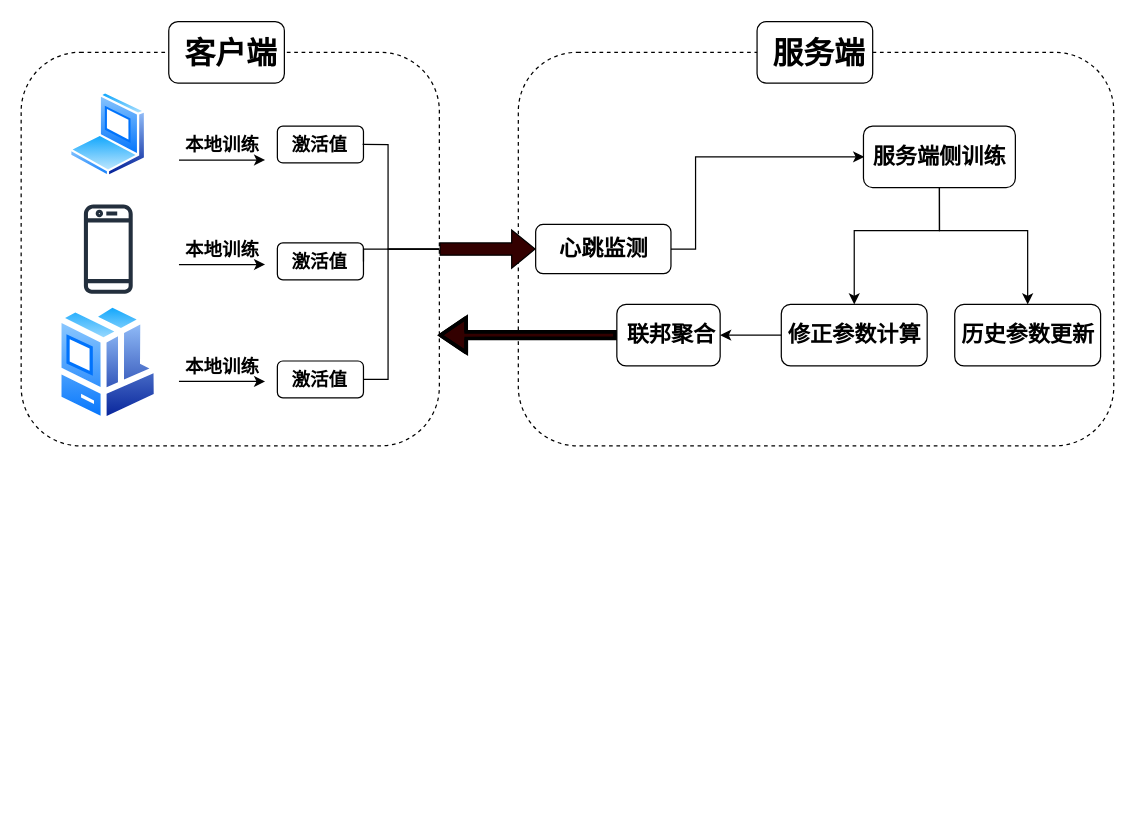
Above: 技术路线图.drawio in XiaoWenZz/draw-io (draw.io), before the change. Source tidied: cells renumbered, new cells numbered last; positions are measured from the earlier drawing's top-left corner, leaving out a move shared by most shapes. Both pictures are drawn from the tidied source at 123%, with x=0, y=0 at pixel (21, 21).
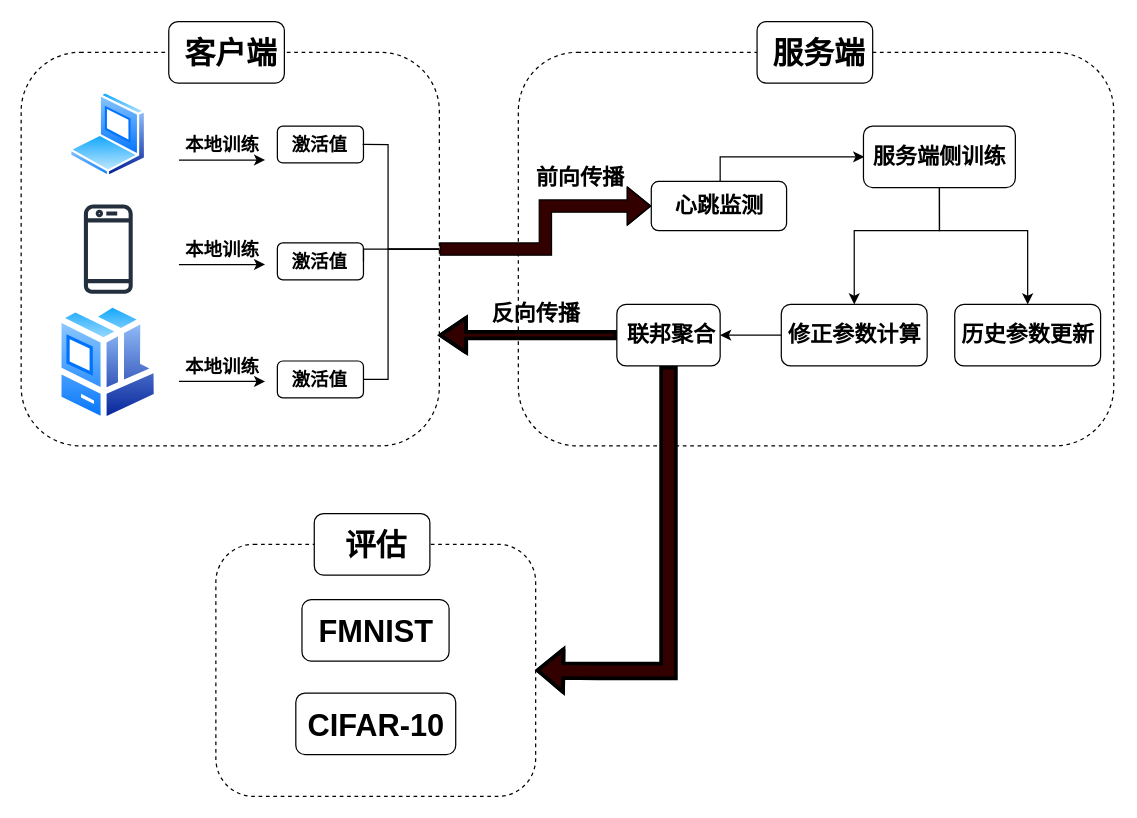
Above is the later version.

Commit message (it also covers changes not shown here):
更新技术路线图.drawio

The change refers to these unchanged cells:
```xml
<mxCell id="7" style="rounded=1;whiteSpace=wrap;html=1;" parent="6" vertex="1">
  <mxGeometry x="6" width="84" height="50" as="geometry" />
</mxCell>
<mxCell id="13" style="rounded=1;whiteSpace=wrap;html=1;" parent="12" vertex="1">
  <mxGeometry width="110" height="40" as="geometry" />
</mxCell>
<mxCell id="38" value="&lt;span style=&quot;font-size: 18px;&quot;&gt;&lt;b&gt;服务端侧训练&lt;/b&gt;&lt;/span&gt;" style="text;html=1;align=center;verticalAlign=middle;points=[];strokeColor=none;fillColor=none;fontFamily=Helvetica;fontSize=11;fontColor=default;labelBackgroundColor=default;" parent="36" vertex="1">
  <mxGeometry x="3.2" y="5" width="130" height="40" as="geometry" />
</mxCell>
```

Diff of the diagram source:
```diff
@@
     <mxCell id="12" style="group;" parent="1" vertex="1">
-      <mxGeometry x="418" y="165" width="110" height="40" as="geometry" />
+      <mxGeometry x="512" y="130" width="110" height="40" as="geometry" />
     </mxCell>
@@
-    <mxCell id="48" style="edgeStyle=orthogonalEdgeStyle;rounded=0;jettySize=auto;html=1;exitX=1;exitY=0.5;exitDx=0;exitDy=0;entryX=0.03;entryY=0.5;entryDx=0;entryDy=0;entryPerimeter=0;" parent="1" edge="1" source="13" target="38">
+    <mxCell id="48" style="edgeStyle=orthogonalEdgeStyle;rounded=0;jettySize=auto;html=1;exitX=0.5;exitY=0;exitDx=0;exitDy=0;entryX=0.03;entryY=0.5;entryDx=0;entryDy=0;entryPerimeter=0;" parent="1" edge="1" source="13" target="38">
       <mxGeometry relative="1" as="geometry">
         <Array as="points">
-          <mxPoint x="548" y="185" />
-          <mxPoint x="548" y="110" />
+          <mxPoint x="568" y="130" />
+          <mxPoint x="568" y="110" />
         </Array>
       </mxGeometry>
     </mxCell>
@@
+    <mxCell id="59" style="rounded=1;whiteSpace=wrap;html=1;dashed=1;" parent="1" vertex="1">
+      <mxGeometry x="158" y="425" width="260" height="205" as="geometry" />
+    </mxCell>
+    <mxCell id="60" style="group;" parent="1" vertex="1">
+      <mxGeometry x="238" y="400" width="100" height="50" as="geometry" />
+    </mxCell>
+    <mxCell id="61" style="rounded=1;whiteSpace=wrap;html=1;" parent="60" vertex="1">
+      <mxGeometry width="94" height="50" as="geometry" />
+    </mxCell>
+    <mxCell id="62" value="&lt;span style=&quot;font-size: 25px;&quot;&gt;&lt;b&gt;评估&lt;/b&gt;&lt;/span&gt;" style="text;html=1;align=center;verticalAlign=middle;strokeColor=none;fillColor=none;" parent="60" vertex="1">
+      <mxGeometry x="15" y="5" width="70" height="40" as="geometry" />
+    </mxCell>
+    <mxCell id="63" style="edgeStyle=orthogonalEdgeStyle;rounded=0;jettySize=auto;html=1;exitX=0.5;exitY=1;exitDx=0;exitDy=0;entryX=1;entryY=0.5;entryDx=0;entryDy=0;shape=flexArrow;strokeWidth=3;fillColor=light-dark(#330000,#330000);" parent="1" edge="1" source="7" target="59">
+      <mxGeometry relative="1" as="geometry">
+        <Array as="points">
+          <mxPoint x="526" y="528" />
+          <mxPoint x="468" y="528" />
+        </Array>
+      </mxGeometry>
+    </mxCell>
+    <mxCell id="64" style="group;" parent="1" vertex="1">
+      <mxGeometry x="228" y="470" width="140" height="50" as="geometry" />
+    </mxCell>
+    <mxCell id="65" style="rounded=1;whiteSpace=wrap;html=1;" parent="64" vertex="1">
+      <mxGeometry width="119.6" height="50" as="geometry" />
+    </mxCell>
+    <mxCell id="66" value="&lt;span style=&quot;font-size: 25px;&quot;&gt;&lt;b&gt;FMNIST&lt;/b&gt;&lt;/span&gt;" style="text;html=1;align=center;verticalAlign=middle;strokeColor=none;fillColor=none;" parent="64" vertex="1">
+      <mxGeometry y="5" width="120" height="40" as="geometry" />
+    </mxCell>
+    <mxCell id="67" style="group;" parent="1" vertex="1">
+      <mxGeometry x="223" y="546" width="130" height="50" as="geometry" />
+    </mxCell>
+    <mxCell id="68" style="rounded=1;whiteSpace=wrap;html=1;" parent="67" vertex="1">
+      <mxGeometry width="130" height="50" as="geometry" />
+    </mxCell>
+    <mxCell id="69" value="&lt;span style=&quot;font-size: 25px;&quot;&gt;&lt;b&gt;CIFAR-10&lt;/b&gt;&lt;/span&gt;" style="text;html=1;align=center;verticalAlign=middle;strokeColor=none;fillColor=none;" parent="67" vertex="1">
+      <mxGeometry y="5" width="130" height="40" as="geometry" />
+    </mxCell>
+    <mxCell id="70" value="&lt;b&gt;&lt;font style=&quot;font-size: 18px;&quot;&gt;反向传播&lt;/font&gt;&lt;/b&gt;" style="text;html=1;align=center;verticalAlign=middle;strokeColor=none;fillColor=none;" parent="1" vertex="1">
+      <mxGeometry x="368" y="217.7" width="100" height="40" as="geometry" />
+    </mxCell>
+    <mxCell id="71" value="&lt;b&gt;&lt;font style=&quot;font-size: 18px;&quot;&gt;前向传播&lt;/font&gt;&lt;/b&gt;" style="text;html=1;align=center;verticalAlign=middle;strokeColor=none;fillColor=none;" parent="1" vertex="1">
+      <mxGeometry x="403.9" y="107.3" width="100" height="40" as="geometry" />
+    </mxCell>
```
